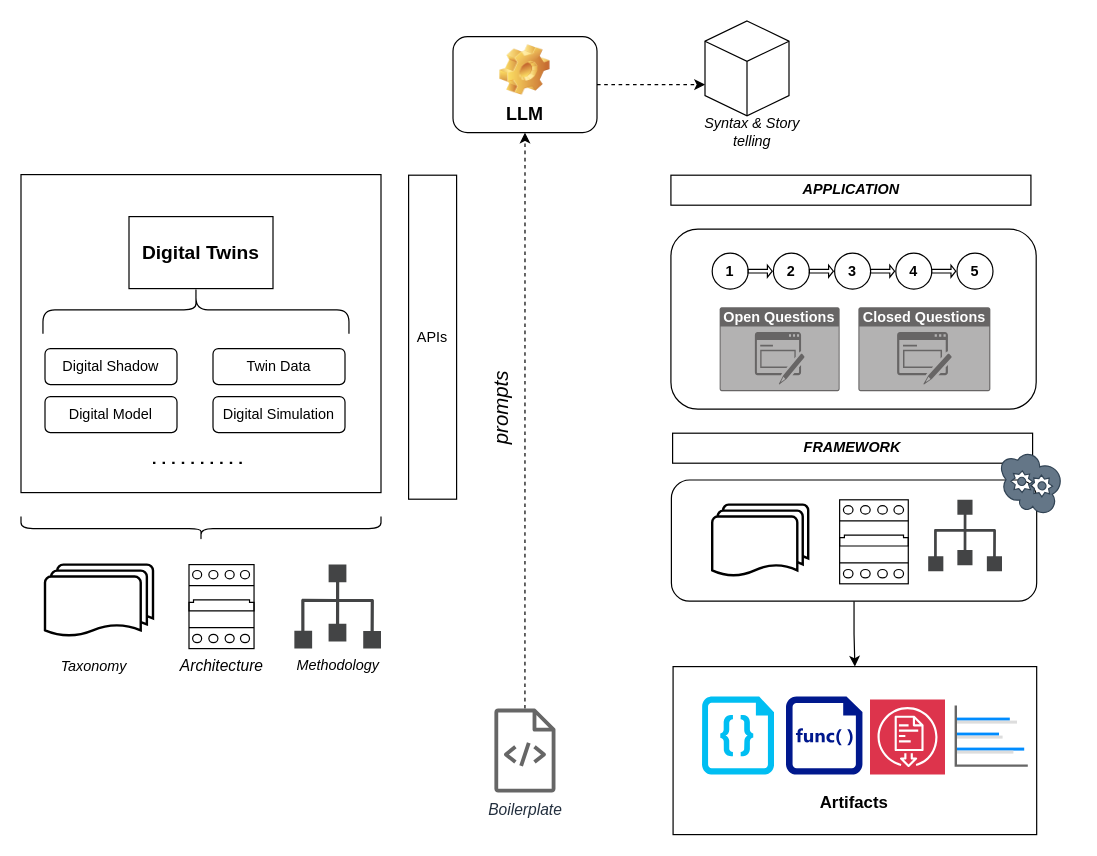
This is drawio/mams/dd-twins/DDTwins_Architecture.drawio from scrodrig/Diagrams, a draw.io file, before an edit. Source tidied: cells renumbered, new cells numbered last; positions are measured from the earlier drawing's top-left corner, leaving out a move shared by most shapes. Both pictures are drawn from the tidied source at 120%, with x=0, y=0 at pixel (20, 20).
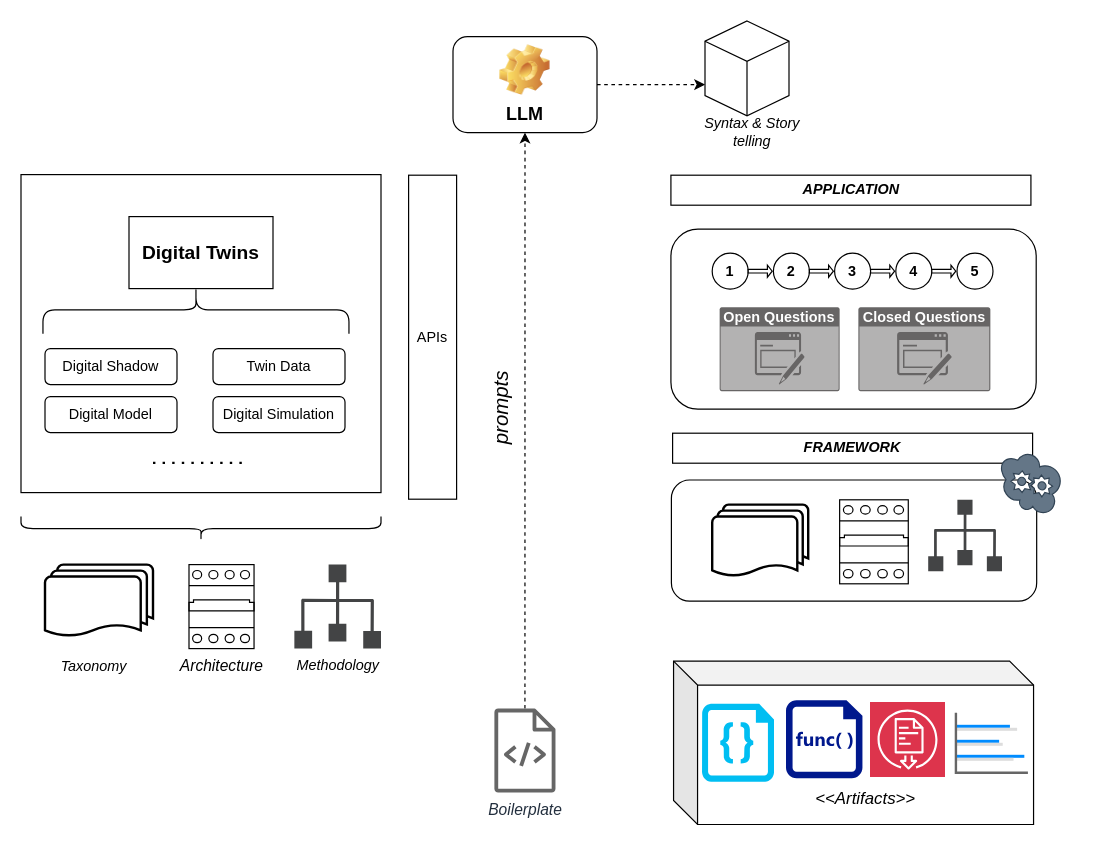
Above is the later version.

Unchanged cells that the change refers to:
```xml
<mxCell id="40" style="rounded=1;whiteSpace=wrap;html=1;" parent="1" vertex="1">
  <mxGeometry x="542" y="382.5" width="304.4" height="101" as="geometry" />
</mxCell>
```

Diff of the diagram source:
```diff
@@
+    <mxCell id="51" value="&lt;i&gt;&lt;br&gt;&lt;br&gt;&lt;br&gt;&lt;br&gt;&lt;br&gt;&lt;font style=&quot;font-size: 14px;&quot;&gt;&amp;lt;&amp;lt;Artifacts&amp;gt;&amp;gt;&lt;/font&gt;&lt;/i&gt;" style="shape=cube;whiteSpace=wrap;html=1;boundedLbl=1;backgroundOutline=1;darkOpacity=0.05;darkOpacity2=0.1;" parent="1" vertex="1">
+      <mxGeometry x="543.8" y="533.4" width="300" height="136.2" as="geometry" />
+    </mxCell>
@@
-    <mxCell id="39" style="edgeStyle=orthogonalEdgeStyle;rounded=0;jettySize=auto;html=1;entryX=0.5;entryY=0;entryDx=0;entryDy=0;" parent="1" edge="1" source="40" target="46">
-      <mxGeometry relative="1" as="geometry" />
-    </mxCell>
@@
-    <mxCell id="45" style="group;" parent="1" vertex="1">
-      <mxGeometry x="543.4" y="538" width="303" height="140" as="geometry" />
-    </mxCell>
-    <mxCell id="46" value="&lt;br&gt;&lt;br&gt;&lt;br&gt;&lt;br&gt;&lt;br&gt;&lt;br&gt;&lt;b&gt;&lt;font style=&quot;font-size: 14px;&quot;&gt;Artifacts&lt;/font&gt;&lt;/b&gt;" style="rounded=0;whiteSpace=wrap;html=1;align=center;" parent="45" vertex="1">
-      <mxGeometry width="303" height="140" as="geometry" />
-    </mxCell>
-    <mxCell id="47" style="verticalLabelPosition=bottom;html=1;verticalAlign=top;align=center;strokeColor=none;fillColor=#00BEF2;shape=mxgraph.azure.code_file;" parent="45" vertex="1">
-      <mxGeometry x="24.1" y="25" width="60" height="65" as="geometry" />
+    <mxCell id="47" style="verticalLabelPosition=bottom;html=1;verticalAlign=top;align=center;strokeColor=none;fillColor=#00BEF2;shape=mxgraph.azure.code_file;" parent="1" vertex="1">
+      <mxGeometry x="567.5" y="569" width="60" height="65" as="geometry" />
     </mxCell>
-    <mxCell id="48" style="sketch=0;shadow=0;dashed=0;html=1;strokeColor=none;labelPosition=center;verticalLabelPosition=bottom;verticalAlign=top;align=center;fillColor=#00188D;shape=mxgraph.mscae.enterprise.code_file;" parent="45" vertex="1">
-      <mxGeometry x="94.1" y="25" width="63.7" height="65" as="geometry" />
+    <mxCell id="48" style="sketch=0;shadow=0;dashed=0;html=1;strokeColor=none;labelPosition=center;verticalLabelPosition=bottom;verticalAlign=top;align=center;fillColor=#00188D;shape=mxgraph.mscae.enterprise.code_file;" parent="1" vertex="1">
+      <mxGeometry x="637.5" y="566" width="63.7" height="65" as="geometry" />
     </mxCell>
-    <mxCell id="49" style="sketch=0;fontColor=#232F3E;fillColor=#DD344C;strokeColor=#ffffff;dashed=0;verticalLabelPosition=bottom;verticalAlign=top;align=center;html=1;fontSize=12;fontStyle=0;shape=mxgraph.aws4.resourceIcon;resIcon=mxgraph.aws4.artifact;" parent="45" vertex="1">
-      <mxGeometry x="164.1" y="27.5" width="62.5" height="62.5" as="geometry" />
+    <mxCell id="49" style="sketch=0;fontColor=#232F3E;fillColor=#DD344C;strokeColor=#ffffff;dashed=0;verticalLabelPosition=bottom;verticalAlign=top;align=center;html=1;fontSize=12;fontStyle=0;shape=mxgraph.aws4.resourceIcon;resIcon=mxgraph.aws4.artifact;" parent="1" vertex="1">
+      <mxGeometry x="707.5" y="567.5" width="62.5" height="62.5" as="geometry" />
     </mxCell>
-    <mxCell id="50" style="verticalLabelPosition=bottom;shadow=0;dashed=0;align=center;html=1;verticalAlign=top;strokeWidth=1;shape=mxgraph.mockup.graphics.barChart;strokeColor=none;strokeColor2=none;strokeColor3=#666666;fillColor2=#008cff;fillColor3=#dddddd;" parent="45" vertex="1">
-      <mxGeometry x="235.6" y="32.5" width="60" height="50" as="geometry" />
+    <mxCell id="50" style="verticalLabelPosition=bottom;shadow=0;dashed=0;align=center;html=1;verticalAlign=top;strokeWidth=1;shape=mxgraph.mockup.graphics.barChart;strokeColor=none;strokeColor2=none;strokeColor3=#666666;fillColor2=#008cff;fillColor3=#dddddd;" parent="1" vertex="1">
+      <mxGeometry x="779.1" y="576.5" width="60" height="50" as="geometry" />
     </mxCell>
```
